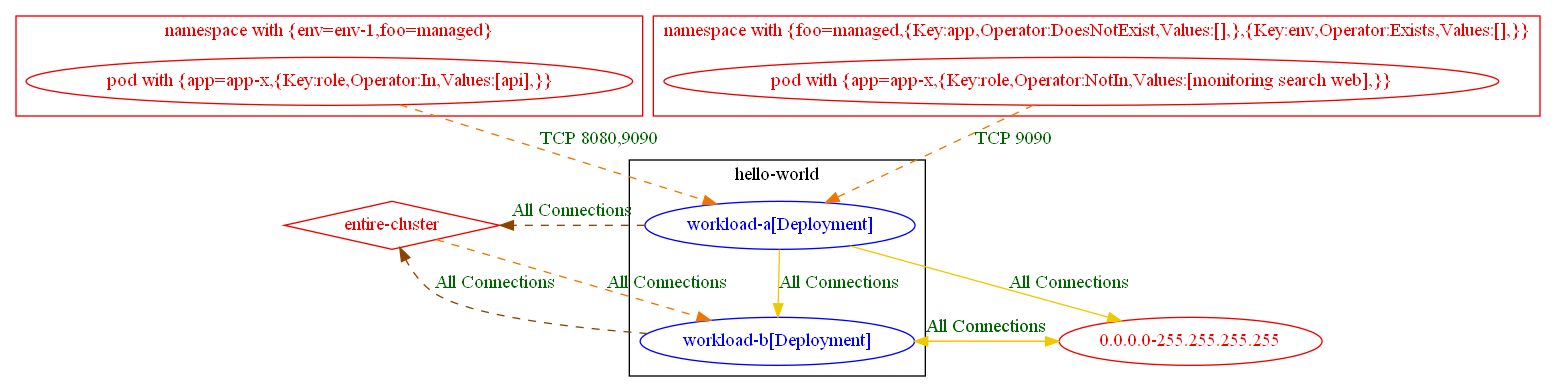
Above: test_outputs/connlist/exposure_test_exposure_with_different_rules_6_connlist_output.dot.png in np-guard/netpol-analyzer (Graphviz), before the change. Its source is kept beside it as test_outputs/connlist/exposure_test_exposure_with_different_rules_6_connlist_output.dot.
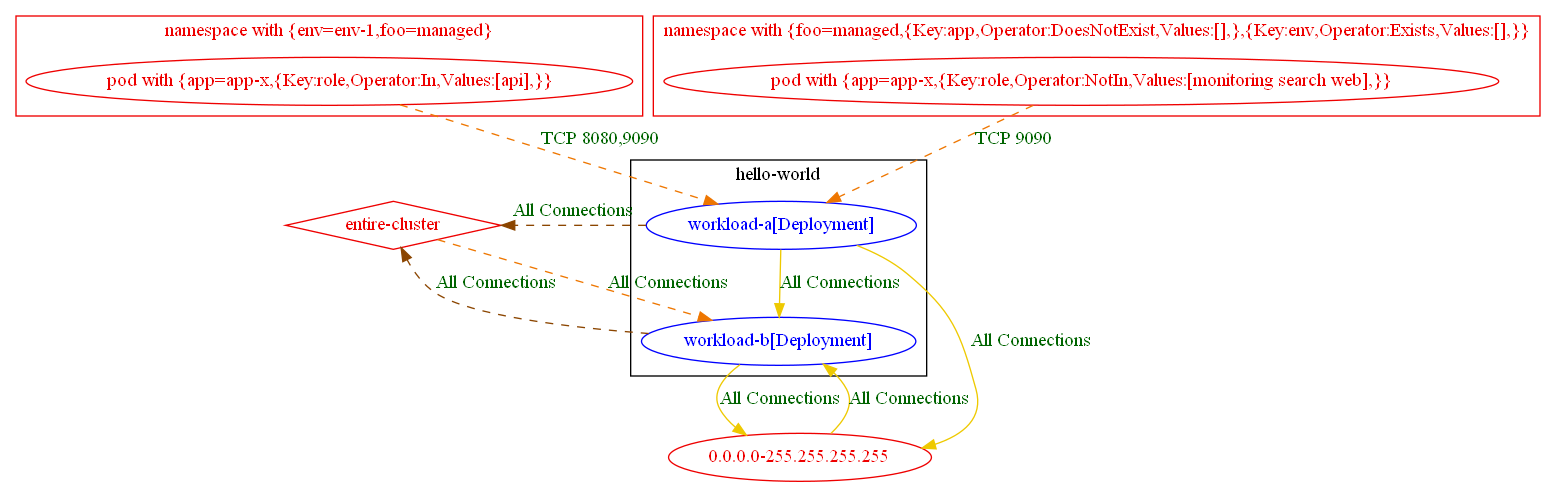
Above is the later version.

What changed in the source:
```diff
@@ -20,12 +20,12 @@
 	}
 	"0.0.0.0-255.255.255.255" [label="0.0.0.0-255.255.255.255" color="red2" fontcolor="red2"]
 	"entire-cluster" [label="entire-cluster" color="red2" fontcolor="red2" shape=diamond]
-	"0.0.0.0-255.255.255.255" -> "hello-world/workload-b[Deployment]" [label="All Connections" color="gold2" fontcolor="darkgreen"]
+	"0.0.0.0-255.255.255.255" -> "hello-world/workload-b[Deployment]" [label="All Connections" color="gold2" fontcolor="darkgreen" weight=0.5]
 	"entire-cluster" -> "hello-world/workload-b[Deployment]" [label="All Connections" color="darkorange2" fontcolor="darkgreen" weight=1 style=dashed]
-	"hello-world/workload-a[Deployment]" -> "0.0.0.0-255.255.255.255" [label="All Connections" color="gold2" fontcolor="darkgreen"]
+	"hello-world/workload-a[Deployment]" -> "0.0.0.0-255.255.255.255" [label="All Connections" color="gold2" fontcolor="darkgreen" weight=1]
 	"hello-world/workload-a[Deployment]" -> "entire-cluster" [label="All Connections" color="darkorange4" fontcolor="darkgreen" weight=0.5 style=dashed]
-	"hello-world/workload-a[Deployment]" -> "hello-world/workload-b[Deployment]" [label="All Connections" color="gold2" fontcolor="darkgreen"]
-	"hello-world/workload-b[Deployment]" -> "0.0.0.0-255.255.255.255" [label="All Connections" color="gold2" fontcolor="darkgreen"]
+	"hello-world/workload-a[Deployment]" -> "hello-world/workload-b[Deployment]" [label="All Connections" color="gold2" fontcolor="darkgreen" weight=0.5]
+	"hello-world/workload-b[Deployment]" -> "0.0.0.0-255.255.255.255" [label="All Connections" color="gold2" fontcolor="darkgreen" weight=1]
 	"hello-world/workload-b[Deployment]" -> "entire-cluster" [label="All Connections" color="darkorange4" fontcolor="darkgreen" weight=0.5 style=dashed]
 	"pod with {app=app-x,{Key:role,Operator:In,Values:[api],}}_in_namespace with {env=env-1,foo=managed}" -> "hello-world/workload-a[Deployment]" [label="TCP 8080,9090" color="darkorange2" fontcolor="darkgreen" weight=1 style=dashed]
 	"pod with {app=app-x,{Key:role,Operator:NotIn,Values:[monitoring search web],}}_in_namespace with {foo=managed,{Key:app,Operator:DoesNotExist,Values:[],},{Key:env,Operator:Exists,Values:[],}}" -> "hello-world/workload-a[Deployment]" [label="TCP 9090" color="darkorange2" fontcolor="darkgreen" weight=1 style=dashed]
```
